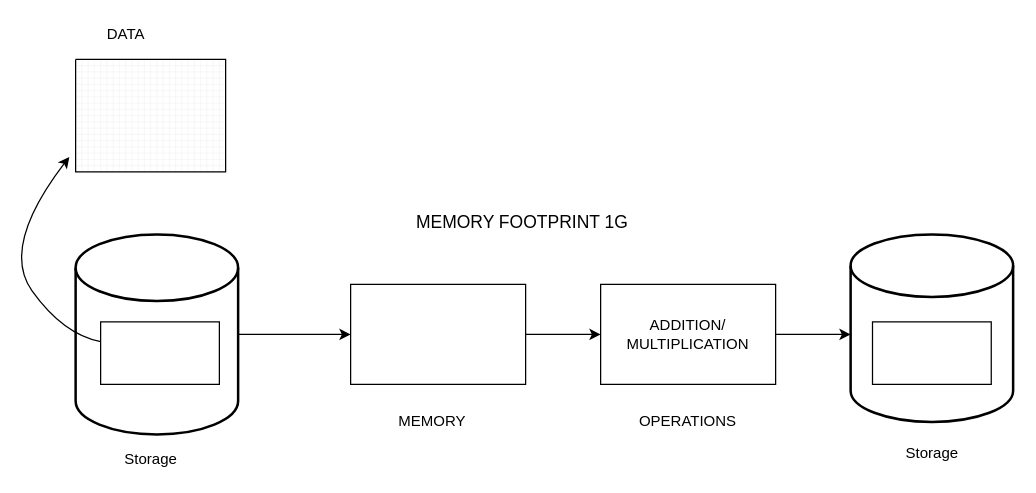
Earlier version of the draw.io diagram page "Page-1" (1 of 2) of Untitled Diagram.drawio (kalyanbhetwal/thesis-drawings). Source tidied: cells renumbered, new cells numbered last; positions are measured from the earlier drawing's top-left corner, leaving out a move shared by most shapes. Both pictures are drawn from the tidied source at 125%, with x=0, y=0 at pixel (0, 21).
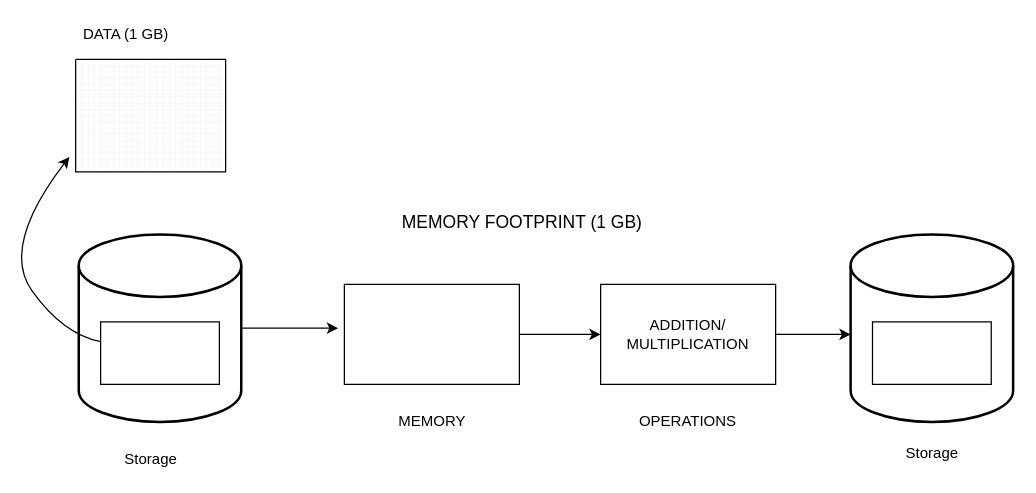
After the change.

The edit, as a diff of the source:
```diff
@@
-    <mxCell id="2" style="edgeStyle=orthogonalEdgeStyle;rounded=0;jettySize=auto;html=1;" parent="1" edge="1" source="3">
-      <mxGeometry relative="1" as="geometry">
-        <mxPoint x="280" y="250" as="targetPoint" />
-      </mxGeometry>
-    </mxCell>
+    <mxCell id="19" style="edgeStyle=orthogonalEdgeStyle;rounded=0;jettySize=auto;html=1;" parent="1" edge="1" source="3">
+      <mxGeometry relative="1" as="geometry">
+        <mxPoint x="270" y="245" as="targetPoint" />
+      </mxGeometry>
+    </mxCell>
     <mxCell id="3" style="strokeWidth=2;html=1;shape=mxgraph.flowchart.database;whiteSpace=wrap;" parent="1" vertex="1">
-      <mxGeometry x="60" y="170" width="130" height="160" as="geometry" />
+      <mxGeometry x="62.5" y="170" width="130" height="150" as="geometry" />
     </mxCell>
@@
     <mxCell id="8" style="rounded=0;whiteSpace=wrap;html=1;" parent="1" vertex="1">
-      <mxGeometry x="280" y="210" width="140" height="80" as="geometry" />
+      <mxGeometry x="275" y="210" width="140" height="80" as="geometry" />
     </mxCell>
@@
-    <mxCell id="11" value="DATA" style="text;html=1;align=center;verticalAlign=middle;strokeColor=none;fillColor=none;" parent="1" vertex="1">
-      <mxGeometry x="75" width="50" height="20" as="geometry" />
+    <mxCell id="11" value="DATA (1 GB)" style="text;html=1;align=center;verticalAlign=middle;strokeColor=none;fillColor=none;" parent="1" vertex="1">
+      <mxGeometry x="60" width="80" height="20" as="geometry" />
     </mxCell>
@@
-    <mxCell id="17" value="&lt;font style=&quot;font-size: 14px;&quot;&gt;MEMORY FOOTPRINT 1G&lt;/font&gt;" style="text;html=1;strokeColor=none;fillColor=none;align=center;verticalAlign=middle;whiteSpace=wrap;rounded=0;" parent="1" vertex="1">
+    <mxCell id="17" value="&lt;font style=&quot;font-size: 14px;&quot;&gt;MEMORY FOOTPRINT (1 GB)&lt;/font&gt;" style="text;html=1;strokeColor=none;fillColor=none;align=center;verticalAlign=middle;whiteSpace=wrap;rounded=0;" parent="1" vertex="1">
       <mxGeometry x="265" y="140" width="305" height="40" as="geometry" />
     </mxCell>
```
